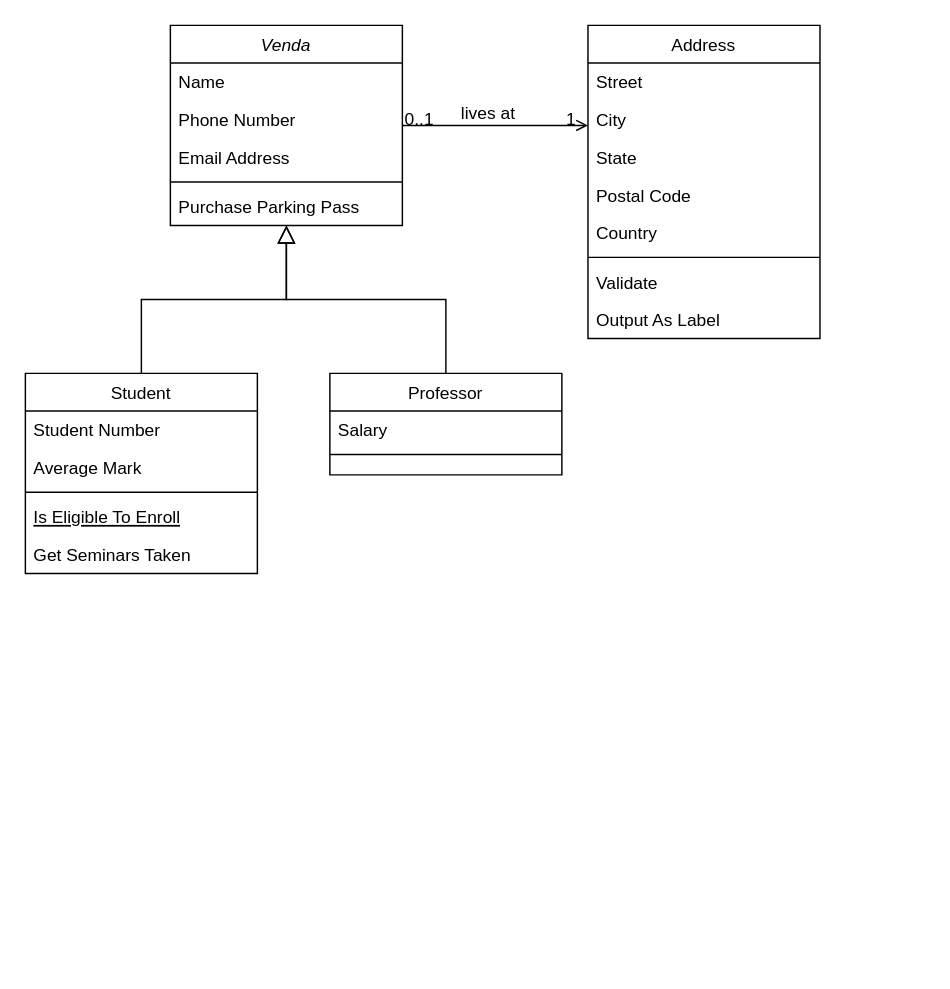
Earlier version of the draw.io diagram Diagrama sem nome.drawio (carolinefreitasalegre/desafio-tecnico-backend). Source tidied: cells renumbered, new cells numbered last; positions are measured from the earlier drawing's top-left corner, leaving out a move shared by most shapes. Both pictures are drawn from the tidied source at 145%, with x=0, y=0 at pixel (25, 25).
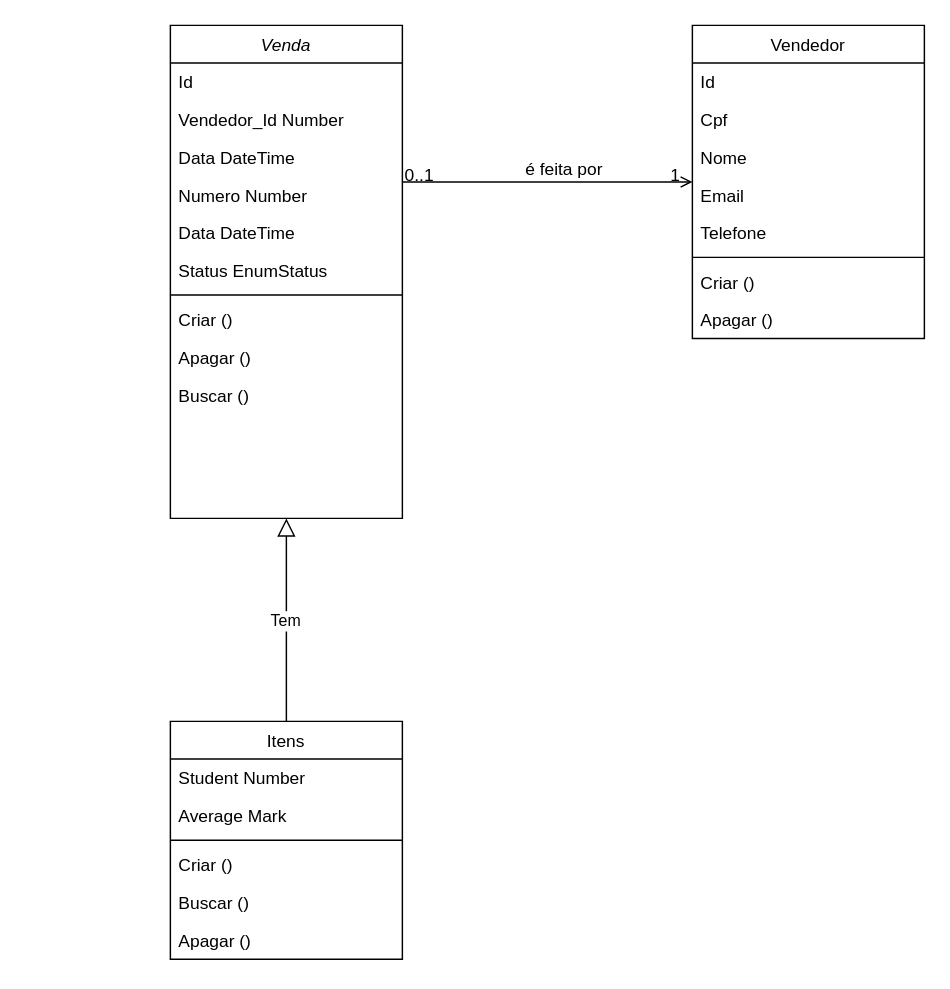
Above is the later version.

Unchanged cells that the change refers to:
```xml
<mxCell id="28" style="endArrow=open;shadow=0;strokeWidth=1;rounded=0;curved=0;endFill=1;edgeStyle=elbowEdgeStyle;elbow=vertical;" parent="1" edge="1" source="2" target="19">
  <mxGeometry x="0.5" y="41" relative="1" as="geometry">
    <mxPoint x="-40" y="32" as="offset" />
  </mxGeometry>
</mxCell>
```

Diff of the diagram source:
```diff
@@
     <mxCell id="2" value="Venda" style="swimlane;fontStyle=2;align=center;verticalAlign=top;horizontal=1;startSize=26;rounded=0;shadow=0;strokeWidth=1;" parent="1" vertex="1">
-      <mxGeometry x="100" width="160" height="138" as="geometry" />
+      <mxGeometry x="100" width="160" height="340" as="geometry" />
     </mxCell>
-    <mxCell id="3" value="Name" style="text;align=left;verticalAlign=top;spacingLeft=4;spacingRight=4;overflow=hidden;" parent="2" vertex="1">
+    <mxCell id="3" value="Id" style="text;align=left;verticalAlign=top;spacingLeft=4;spacingRight=4;overflow=hidden;" parent="2" vertex="1">
       <mxGeometry y="26" width="160" height="26" as="geometry" />
     </mxCell>
-    <mxCell id="4" value="Phone Number" style="text;align=left;verticalAlign=top;spacingLeft=4;spacingRight=4;overflow=hidden;rounded=0;shadow=0;html=0;" parent="2" vertex="1">
+    <mxCell id="4" value="Vendedor_Id Number" style="text;align=left;verticalAlign=top;spacingLeft=4;spacingRight=4;overflow=hidden;rounded=0;shadow=0;html=0;" parent="2" vertex="1">
       <mxGeometry y="52" width="160" height="26" as="geometry" />
     </mxCell>
-    <mxCell id="5" value="Email Address" style="text;align=left;verticalAlign=top;spacingLeft=4;spacingRight=4;overflow=hidden;rounded=0;shadow=0;html=0;" parent="2" vertex="1">
+    <mxCell id="5" value="Data DateTime" style="text;align=left;verticalAlign=top;spacingLeft=4;spacingRight=4;overflow=hidden;rounded=0;shadow=0;html=0;" parent="2" vertex="1">
       <mxGeometry y="78" width="160" height="26" as="geometry" />
     </mxCell>
+    <mxCell id="32" value="Numero Number" style="text;align=left;verticalAlign=top;spacingLeft=4;spacingRight=4;overflow=hidden;rounded=0;shadow=0;html=0;" parent="2" vertex="1">
+      <mxGeometry y="104" width="160" height="26" as="geometry" />
+    </mxCell>
+    <mxCell id="33" value="Data DateTime" style="text;align=left;verticalAlign=top;spacingLeft=4;spacingRight=4;overflow=hidden;rounded=0;shadow=0;html=0;" parent="2" vertex="1">
+      <mxGeometry y="130" width="160" height="26" as="geometry" />
+    </mxCell>
+    <mxCell id="34" value="Status EnumStatus" style="text;align=left;verticalAlign=top;spacingLeft=4;spacingRight=4;overflow=hidden;rounded=0;shadow=0;html=0;" parent="2" vertex="1">
+      <mxGeometry y="156" width="160" height="26" as="geometry" />
+    </mxCell>
     <mxCell id="6" style="line;html=1;strokeWidth=1;align=left;verticalAlign=middle;spacingTop=-1;spacingLeft=3;spacingRight=3;labelPosition=right;" parent="2" vertex="1">
-      <mxGeometry y="104" width="160" height="8" as="geometry" />
+      <mxGeometry y="182" width="160" height="8" as="geometry" />
     </mxCell>
-    <mxCell id="7" value="Purchase Parking Pass" style="text;align=left;verticalAlign=top;spacingLeft=4;spacingRight=4;overflow=hidden;" parent="2" vertex="1">
-      <mxGeometry y="112" width="160" height="26" as="geometry" />
-    </mxCell>
+    <mxCell id="35" value="Criar ()" style="text;align=left;verticalAlign=top;spacingLeft=4;spacingRight=4;overflow=hidden;" parent="2" vertex="1">
+      <mxGeometry y="190" width="160" height="26" as="geometry" />
+    </mxCell>
+    <mxCell id="36" value="Apagar ()" style="text;align=left;verticalAlign=top;spacingLeft=4;spacingRight=4;overflow=hidden;" parent="2" vertex="1">
+      <mxGeometry y="216" width="160" height="26" as="geometry" />
+    </mxCell>
+    <mxCell id="37" value="Buscar ()" style="text;align=left;verticalAlign=top;spacingLeft=4;spacingRight=4;overflow=hidden;" parent="2" vertex="1">
+      <mxGeometry y="242" width="160" height="26" as="geometry" />
+    </mxCell>
-    <mxCell id="8" value="Student" style="swimlane;fontStyle=0;align=center;verticalAlign=top;horizontal=1;startSize=26;rounded=0;shadow=0;strokeWidth=1;" parent="1" vertex="1">
-      <mxGeometry y="240" width="160" height="138" as="geometry" />
+    <mxCell id="8" value="Itens" style="swimlane;fontStyle=0;align=center;verticalAlign=top;horizontal=1;startSize=26;rounded=0;shadow=0;strokeWidth=1;" parent="1" vertex="1">
+      <mxGeometry x="100" y="480" width="160" height="164" as="geometry" />
     </mxCell>
@@
-    <mxCell id="12" value="Is Eligible To Enroll" style="text;align=left;verticalAlign=top;spacingLeft=4;spacingRight=4;overflow=hidden;fontStyle=4;" parent="8" vertex="1">
-      <mxGeometry y="86" width="160" height="26" as="geometry" />
-    </mxCell>
-    <mxCell id="13" value="Get Seminars Taken" style="text;align=left;verticalAlign=top;spacingLeft=4;spacingRight=4;overflow=hidden;" parent="8" vertex="1">
-      <mxGeometry y="112" width="160" height="26" as="geometry" />
-    </mxCell>
+    <mxCell id="38" value="Criar ()" style="text;align=left;verticalAlign=top;spacingLeft=4;spacingRight=4;overflow=hidden;" parent="8" vertex="1">
+      <mxGeometry y="86" width="160" height="26" as="geometry" />
+    </mxCell>
+    <mxCell id="39" value="Buscar ()" style="text;align=left;verticalAlign=top;spacingLeft=4;spacingRight=4;overflow=hidden;" parent="8" vertex="1">
+      <mxGeometry y="112" width="160" height="26" as="geometry" />
+    </mxCell>
+    <mxCell id="40" value="Apagar ()" style="text;align=left;verticalAlign=top;spacingLeft=4;spacingRight=4;overflow=hidden;" parent="8" vertex="1">
+      <mxGeometry y="138" width="160" height="26" as="geometry" />
+    </mxCell>
-    <mxCell id="14" style="endArrow=block;endSize=10;endFill=0;shadow=0;strokeWidth=1;rounded=0;curved=0;edgeStyle=elbowEdgeStyle;elbow=vertical;" parent="1" edge="1" source="8" target="2">
+    <mxCell id="14" value="Tem" style="endArrow=block;endSize=10;endFill=0;shadow=0;strokeWidth=1;rounded=0;curved=0;edgeStyle=elbowEdgeStyle;elbow=horizontal;" parent="1" edge="1" source="8" target="2">
       <mxGeometry relative="1" as="geometry" />
     </mxCell>
-    <mxCell id="15" value="Professor" style="swimlane;fontStyle=0;align=center;verticalAlign=top;horizontal=1;startSize=26;rounded=0;shadow=0;strokeWidth=1;" parent="1" vertex="1">
-      <mxGeometry x="210" y="240" width="160" height="70" as="geometry" />
-    </mxCell>
-    <mxCell id="16" value="Salary" style="text;align=left;verticalAlign=top;spacingLeft=4;spacingRight=4;overflow=hidden;" parent="15" vertex="1">
-      <mxGeometry y="26" width="160" height="26" as="geometry" />
-    </mxCell>
-    <mxCell id="17" style="line;html=1;strokeWidth=1;align=left;verticalAlign=middle;spacingTop=-1;spacingLeft=3;spacingRight=3;labelPosition=right;" parent="15" vertex="1">
-      <mxGeometry y="52" width="160" height="8" as="geometry" />
-    </mxCell>
-    <mxCell id="18" style="endArrow=block;endSize=10;endFill=0;shadow=0;strokeWidth=1;rounded=0;curved=0;edgeStyle=elbowEdgeStyle;elbow=vertical;" parent="1" edge="1" source="15" target="2">
-      <mxGeometry relative="1" as="geometry" />
-    </mxCell>
-    <mxCell id="19" value="Address" style="swimlane;fontStyle=0;align=center;verticalAlign=top;horizontal=1;startSize=26;rounded=0;shadow=0;strokeWidth=1;" parent="1" vertex="1">
-      <mxGeometry x="388" width="160" height="216" as="geometry" />
+    <mxCell id="19" value="Vendedor" style="swimlane;fontStyle=0;align=center;verticalAlign=top;horizontal=1;startSize=26;rounded=0;shadow=0;strokeWidth=1;" parent="1" vertex="1">
+      <mxGeometry x="460" width="160" height="216" as="geometry" />
     </mxCell>
-    <mxCell id="20" value="Street" style="text;align=left;verticalAlign=top;spacingLeft=4;spacingRight=4;overflow=hidden;" parent="19" vertex="1">
+    <mxCell id="20" value="Id" style="text;align=left;verticalAlign=top;spacingLeft=4;spacingRight=4;overflow=hidden;" parent="19" vertex="1">
       <mxGeometry y="26" width="160" height="26" as="geometry" />
     </mxCell>
-    <mxCell id="21" value="City" style="text;align=left;verticalAlign=top;spacingLeft=4;spacingRight=4;overflow=hidden;rounded=0;shadow=0;html=0;" parent="19" vertex="1">
+    <mxCell id="21" value="Cpf" style="text;align=left;verticalAlign=top;spacingLeft=4;spacingRight=4;overflow=hidden;rounded=0;shadow=0;html=0;" parent="19" vertex="1">
       <mxGeometry y="52" width="160" height="26" as="geometry" />
     </mxCell>
-    <mxCell id="22" value="State" style="text;align=left;verticalAlign=top;spacingLeft=4;spacingRight=4;overflow=hidden;rounded=0;shadow=0;html=0;" parent="19" vertex="1">
+    <mxCell id="22" value="Nome" style="text;align=left;verticalAlign=top;spacingLeft=4;spacingRight=4;overflow=hidden;rounded=0;shadow=0;html=0;" parent="19" vertex="1">
       <mxGeometry y="78" width="160" height="26" as="geometry" />
     </mxCell>
-    <mxCell id="23" value="Postal Code" style="text;align=left;verticalAlign=top;spacingLeft=4;spacingRight=4;overflow=hidden;rounded=0;shadow=0;html=0;" parent="19" vertex="1">
+    <mxCell id="23" value="Email" style="text;align=left;verticalAlign=top;spacingLeft=4;spacingRight=4;overflow=hidden;rounded=0;shadow=0;html=0;" parent="19" vertex="1">
       <mxGeometry y="104" width="160" height="26" as="geometry" />
     </mxCell>
-    <mxCell id="24" value="Country" style="text;align=left;verticalAlign=top;spacingLeft=4;spacingRight=4;overflow=hidden;rounded=0;shadow=0;html=0;" parent="19" vertex="1">
+    <mxCell id="24" value="Telefone" style="text;align=left;verticalAlign=top;spacingLeft=4;spacingRight=4;overflow=hidden;rounded=0;shadow=0;html=0;" parent="19" vertex="1">
       <mxGeometry y="130" width="160" height="26" as="geometry" />
     </mxCell>
@@
-    <mxCell id="26" value="Validate" style="text;align=left;verticalAlign=top;spacingLeft=4;spacingRight=4;overflow=hidden;" parent="19" vertex="1">
+    <mxCell id="26" value="Criar ()" style="text;align=left;verticalAlign=top;spacingLeft=4;spacingRight=4;overflow=hidden;" parent="19" vertex="1">
       <mxGeometry y="164" width="160" height="26" as="geometry" />
     </mxCell>
-    <mxCell id="27" value="Output As Label" style="text;align=left;verticalAlign=top;spacingLeft=4;spacingRight=4;overflow=hidden;" parent="19" vertex="1">
+    <mxCell id="27" value="Apagar ()" style="text;align=left;verticalAlign=top;spacingLeft=4;spacingRight=4;overflow=hidden;" parent="19" vertex="1">
       <mxGeometry y="190" width="160" height="26" as="geometry" />
     </mxCell>
@@
-    <mxCell id="31" value="lives at" style="text;html=1;align=center;verticalAlign=middle;labelBackgroundColor=none;rounded=0;shadow=0;strokeWidth=1;fontSize=12;" parent="28" vertex="1">
+    <mxCell id="31" value="é feita por&amp;nbsp;" style="text;html=1;align=center;verticalAlign=middle;labelBackgroundColor=none;rounded=0;shadow=0;strokeWidth=1;fontSize=12;" parent="28" vertex="1">
       <mxGeometry x="0.5" y="49" relative="1" as="geometry">
         <mxPoint x="-38" y="40" as="offset" />
       </mxGeometry>
     </mxCell>
```
